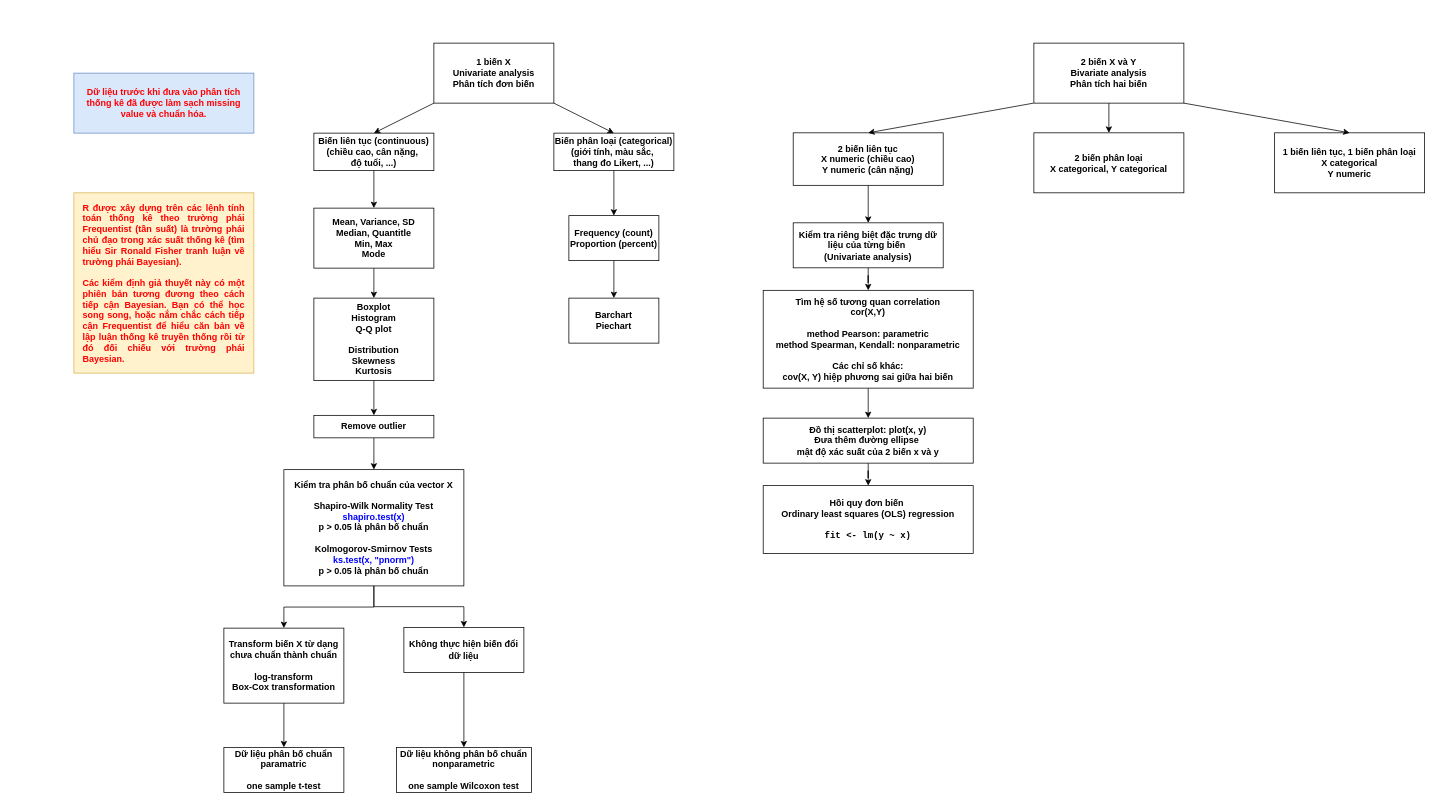
tuhocr/thongkevavedothi keeps this draw.io diagram as blog/cac-phuong-phap-thong-ke-thuong-quy/roadmap.drawio. Above is the earlier version. Source tidied: cells renumbered, new cells numbered last; positions are measured from the earlier drawing's top-left corner, leaving out a move shared by most shapes. Both pictures are drawn from the tidied source at 75%, with x=0, y=0 at pixel (74, 43).
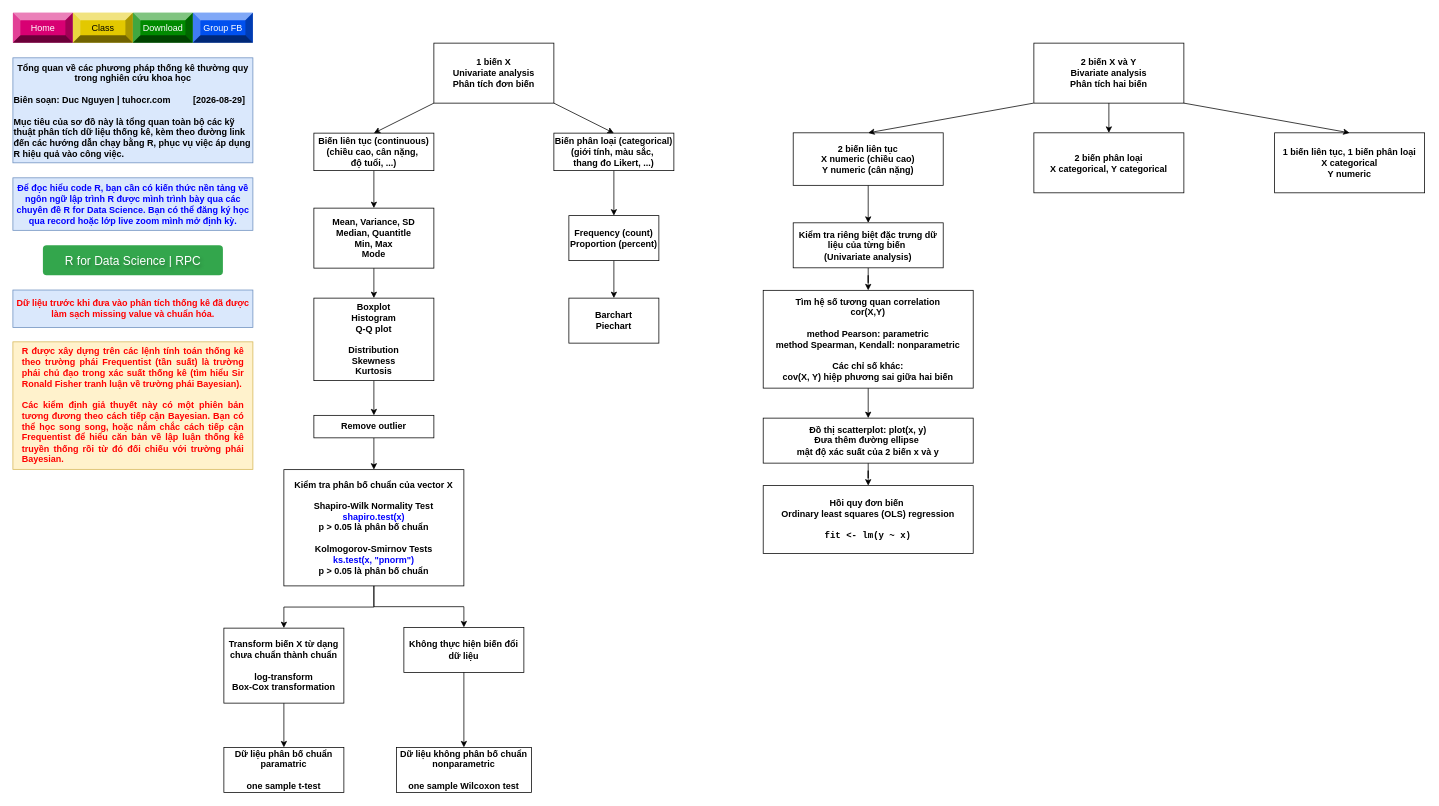
After the change.

What changed in the source:
```diff
@@
     <mxCell id="26" value="&lt;span style=&quot;color: rgb(255, 0, 0);&quot;&gt;Dữ liệu trước khi đưa vào phân tích thống kê đã được làm sạch missing value và chuẩn hóa.&lt;/span&gt;" style="rounded=0;whiteSpace=wrap;html=1;fontStyle=1;fillColor=#dae8fc;strokeColor=#6c8ebf;" parent="1" vertex="1">
-      <mxGeometry y="40" width="240" height="80" as="geometry" />
+      <mxGeometry x="-81.3" y="329.2" width="320" height="50" as="geometry" />
     </mxCell>
@@
     <mxCell id="43" value="&lt;div style=&quot;text-align: justify;&quot;&gt;&lt;span style=&quot;background-color: transparent; color: rgb(255, 0, 0);&quot;&gt;R được xây dựng trên các lệnh tính toán thống kê theo trường phái Frequentist (tần suất) là trường phái chủ đạo trong xác suất thống kê&amp;nbsp;&lt;/span&gt;&lt;span style=&quot;background-color: transparent; color: rgb(255, 0, 0);&quot;&gt;(tìm hiểu Sir Ronald Fisher tranh luận về trường phái Bayesian).&lt;/span&gt;&lt;/div&gt;&lt;div style=&quot;text-align: justify;&quot;&gt;&lt;span style=&quot;color: rgb(255, 0, 0);&quot;&gt;&lt;br&gt;&lt;/span&gt;&lt;/div&gt;&lt;div style=&quot;text-align: justify;&quot;&gt;&lt;span style=&quot;color: rgb(255, 0, 0);&quot;&gt;Các kiểm định giả thuyết này có một phiên bản tương đương theo cách tiếp cận Bayesian. Bạn có thể học song song, hoặc nắm chắc cách tiếp cận Frequentist để hiểu căn bản về lập luận thống kê truyền thống rồi từ đó đối chiếu với trường phái Bayesian.&lt;/span&gt;&lt;/div&gt;" style="rounded=0;whiteSpace=wrap;html=1;fontStyle=1;fillColor=#fff2cc;strokeColor=#d6b656;spacingLeft=11.811;spacingRight=11.811;spacingTop=11.811;spacingBottom=11.811;" parent="1" vertex="1">
-      <mxGeometry y="199.6" width="240" height="240.4" as="geometry" />
+      <mxGeometry x="-81.3" y="398.3" width="320" height="170" as="geometry" />
     </mxCell>
+    <mxCell id="44" value="Home" style="labelPosition=center;verticalLabelPosition=middle;align=center;html=1;shape=mxgraph.basic.shaded_button;dx=10;fillColor=#d80073;strokeColor=#A50040;whiteSpace=wrap;fontColor=#ffffff;" parent="1" vertex="1">
+      <mxGeometry x="-81.3" y="-40.4" width="80" height="40" as="geometry" />
+    </mxCell>
+    <mxCell id="45" value="Class" style="labelPosition=center;verticalLabelPosition=middle;align=center;html=1;shape=mxgraph.basic.shaded_button;dx=10;fillColor=#e3c800;strokeColor=#B09500;whiteSpace=wrap;fontColor=#000000;" parent="1" vertex="1">
+      <mxGeometry x="-1.3" y="-40.4" width="80" height="40" as="geometry" />
+    </mxCell>
+    <mxCell id="46" value="Download" style="labelPosition=center;verticalLabelPosition=middle;align=center;html=1;shape=mxgraph.basic.shaded_button;dx=10;fillColor=#008a00;strokeColor=#005700;whiteSpace=wrap;fontColor=#ffffff;" parent="1" vertex="1">
+      <mxGeometry x="78.7" y="-40.4" width="80" height="40" as="geometry" />
+    </mxCell>
+    <mxCell id="47" value="&lt;font&gt;Tổng quan về các phương pháp thống kê thường quy trong nghiên cứu khoa học&lt;/font&gt;&lt;div&gt;&lt;font&gt;&lt;br&gt;&lt;/font&gt;&lt;div style=&quot;text-align: left;&quot;&gt;&lt;font&gt;Biên soạn: Duc Nguyen | tuhocr.com&amp;nbsp; &amp;nbsp; &amp;nbsp; &amp;nbsp; &amp;nbsp;[&lt;/font&gt;&lt;span style=&quot;background-color: transparent;&quot;&gt;2026-08-29]&lt;/span&gt;&lt;/div&gt;&lt;div style=&quot;text-align: left;&quot;&gt;&lt;span style=&quot;background-color: transparent;&quot;&gt;&lt;br&gt;&lt;/span&gt;&lt;/div&gt;&lt;div style=&quot;text-align: left;&quot;&gt;&lt;span style=&quot;background-color: transparent;&quot;&gt;Mục tiêu của sơ đồ này là tổng quan toàn bộ các kỹ thuật phân tích dữ liệu thống kê, kèm theo đường link đến các hướng dẫn chạy bằng R, phục vụ việc áp dụng R hiệu quả vào công việc.&amp;nbsp;&lt;/span&gt;&lt;/div&gt;&lt;/div&gt;" style="rounded=0;whiteSpace=wrap;html=1;fontStyle=1;fillColor=#dae8fc;strokeColor=#6c8ebf;fontColor=#000000;" parent="1" vertex="1">
+      <mxGeometry x="-81.3" y="19.6" width="320" height="140" as="geometry" />
+    </mxCell>
+    <mxCell id="48" value="Group FB" style="labelPosition=center;verticalLabelPosition=middle;align=center;html=1;shape=mxgraph.basic.shaded_button;dx=10;fillColor=#0050ef;strokeColor=#001DBC;whiteSpace=wrap;fontColor=#ffffff;" parent="1" vertex="1">
+      <mxGeometry x="158.7" y="-40.4" width="80" height="40" as="geometry" />
+    </mxCell>
+    <mxCell id="49" value="&lt;font&gt;Để đọc hiểu code R, bạn cần có kiến thức nền tảng về ngôn ngữ lập trình R được mình trình bày qua các chuyên đề R for Data Science. Bạn có thể đăng ký học qua record hoặc lớp live zoom mình mở định kỳ.&lt;/font&gt;" style="rounded=0;whiteSpace=wrap;html=1;fontStyle=1;fillColor=#dae8fc;strokeColor=#6c8ebf;fontColor=#0000FF;" parent="1" vertex="1">
+      <mxGeometry x="-81.3" y="179.6" width="320" height="70" as="geometry" />
+    </mxCell>
+    <mxCell id="50" value="R for Data Science | RPC" style="html=1;shadow=0;dashed=0;shape=mxgraph.bootstrap.rrect;rSize=5;strokeColor=none;strokeWidth=1;fillColor=#33A64C;fontColor=#FFFFFF;whiteSpace=wrap;align=center;verticalAlign=middle;spacingLeft=0;fontStyle=0;fontSize=16;spacing=5;textShadow=1;" parent="1" vertex="1">
+      <mxGeometry x="-41.3" y="269.6" width="240" height="40" as="geometry" />
+    </mxCell>
```
